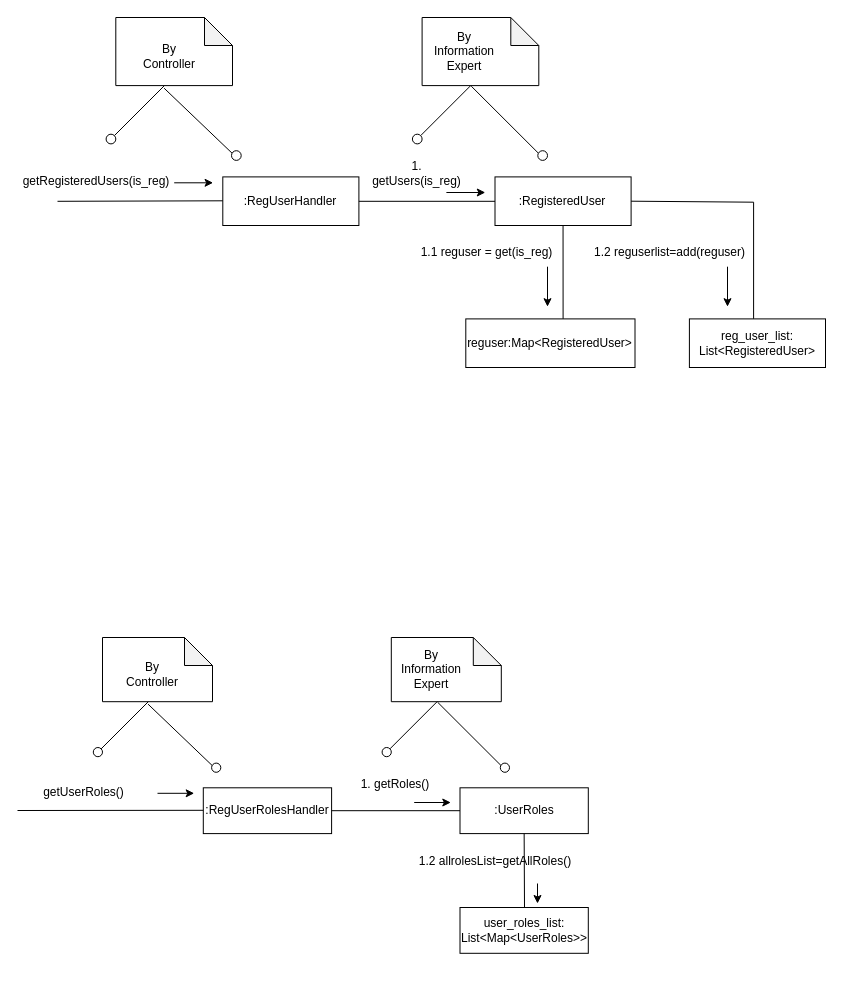
Above: operation_diagram_1.drawio in jonamadk/DrawIO (draw.io), before the change. Source tidied: cells renumbered, new cells numbered last; positions are measured from the earlier drawing's top-left corner, leaving out a move shared by most shapes. Both pictures are drawn from the tidied source at 100%, with x=0, y=0 at pixel (17, 17).
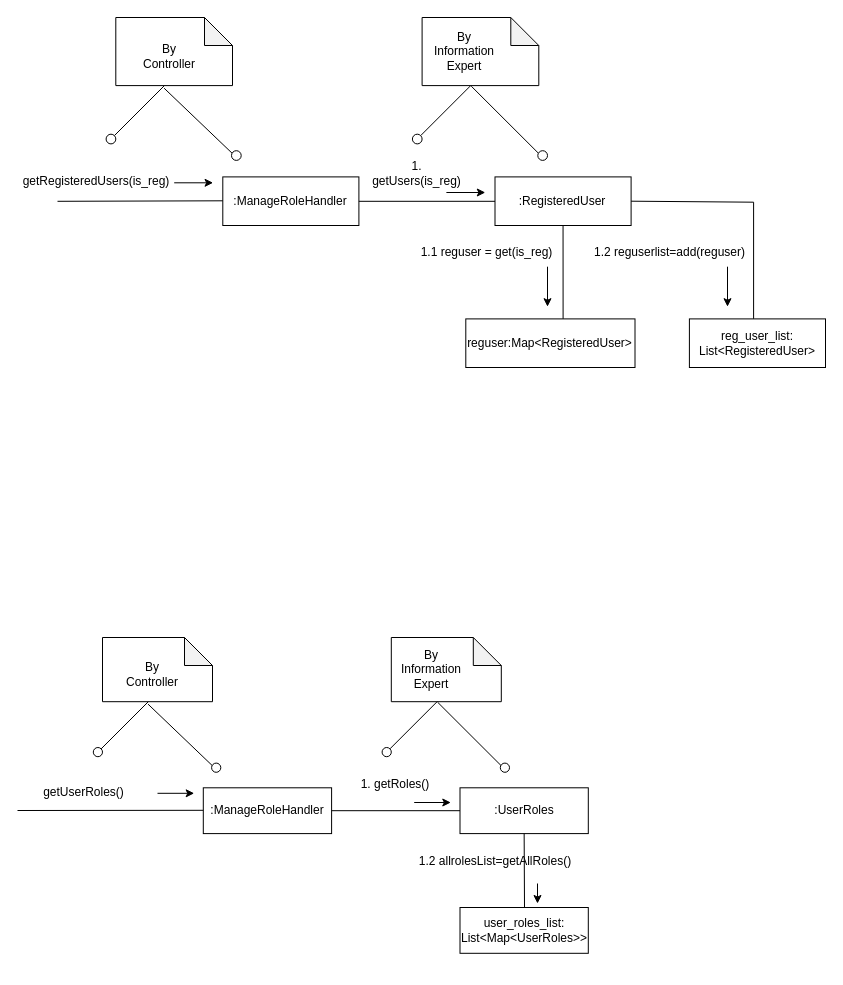
After the change.

The change refers to these unchanged cells:
```xml
<mxCell id="2" style="group;" parent="1" vertex="1">
  <mxGeometry x="40" width="768.1" height="350" as="geometry" />
</mxCell>
<mxCell id="32" style="group;" parent="1" vertex="1">
  <mxGeometry x="30" y="620" width="724.2" height="330" as="geometry" />
</mxCell>
```

Change to the diagram source:
```diff
@@
-    <mxCell id="3" value=":RegUserHandler" style="html=1;whiteSpace=wrap;" parent="2" vertex="1">
+    <mxCell id="3" value=":ManageRoleHandler" style="html=1;whiteSpace=wrap;" parent="2" vertex="1">
       <mxGeometry x="165.3" y="159.4" width="136.1" height="48.6" as="geometry" />
     </mxCell>
@@
-    <mxCell id="33" value=":RegUserRolesHandler" style="html=1;whiteSpace=wrap;" parent="32" vertex="1">
+    <mxCell id="33" value=":ManageRoleHandler" style="html=1;whiteSpace=wrap;" parent="32" vertex="1">
       <mxGeometry x="155.8" y="150.3" width="128.3" height="45.8" as="geometry" />
     </mxCell>
```
